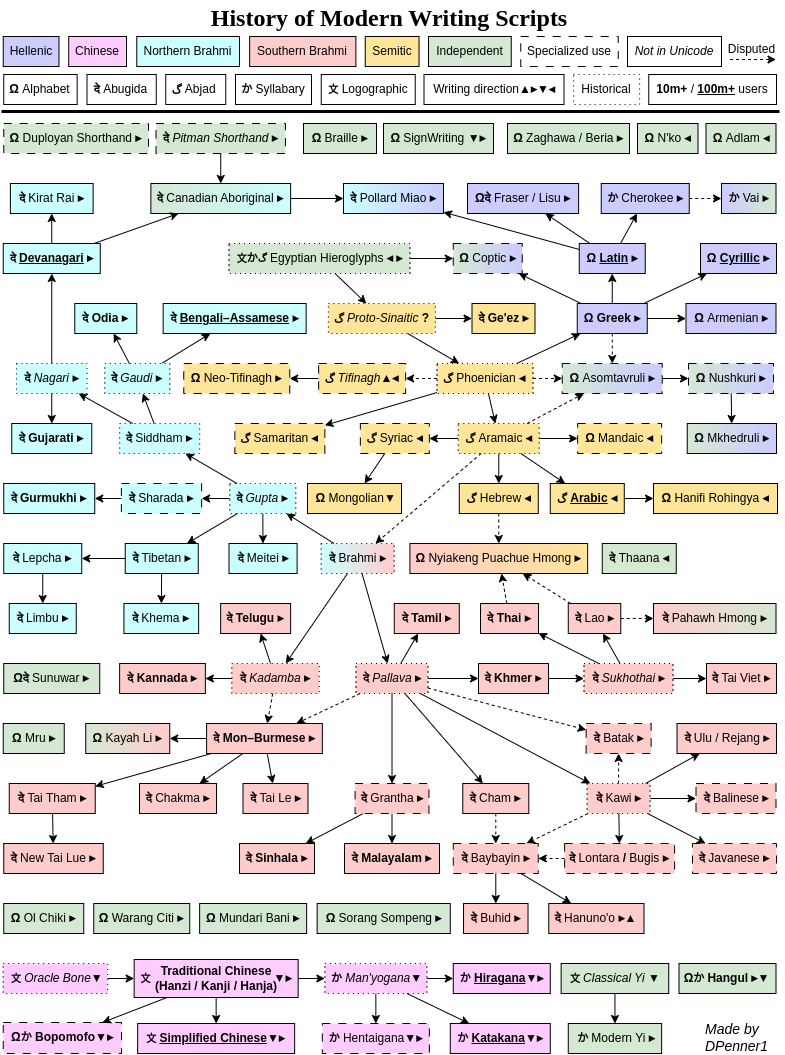
Earlier version of the draw.io export Modern Script History.png (DPenner1/WritingSystemHistory). Source tidied: cells renumbered, new cells last; positions are measured from the earlier drawing's top-left corner, leaving out a move shared by most shapes.
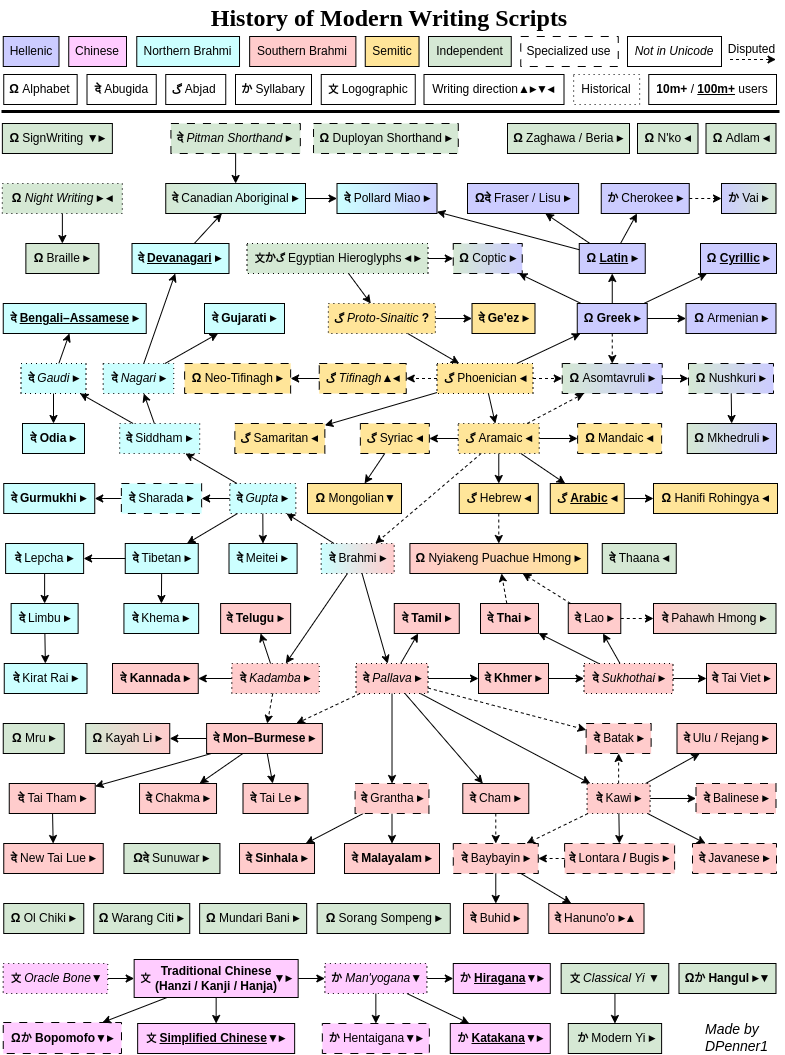
Later version of the same file.

Commit message:
Kirat Rai is Limbu derived, Night Writing added per inclusion criteria, better layout for Cyrillic in All Scripts

Change to the diagram source:
```diff
@@ -6,7 +6,7 @@
       <mxGeometry x="577.8" y="243" width="66" height="30" as="geometry" />
     </mxCell>
     <mxCell id="3" value="&lt;font style=&quot;font-weight: 700; font-size: 10px;&quot;&gt;文&lt;/font&gt;&lt;span style=&quot;font-size: 11px; font-weight: 700;&quot;&gt;か&lt;/span&gt;&lt;span style=&quot;font-weight: 700;&quot;&gt;&lt;font style=&quot;font-size: 10px;&quot;&gt;گ&lt;/font&gt;&lt;/span&gt;&lt;span style=&quot;font-weight: 700;&quot;&gt;&amp;nbsp;&lt;/span&gt;Egyptian Hieroglyphs&amp;nbsp;&lt;b&gt;◂&amp;nbsp;&lt;/b&gt;&lt;b&gt;▸&lt;/b&gt;" style="whiteSpace=wrap;html=1;dashed=1;dashPattern=1 4;fillColor=#D5E8D4;" parent="1" vertex="1">
-      <mxGeometry x="227.5" y="243" width="181" height="30" as="geometry" />
+      <mxGeometry x="245.5" y="243" width="181" height="30" as="geometry" />
     </mxCell>
     <mxCell id="4" style="endArrow=classic;html=1;" parent="1" edge="1" source="3" target="5">
       <mxGeometry relative="1" as="geometry" />
@@ -78,22 +78,22 @@
       <mxGeometry x="313" y="595" as="geometry" />
     </mxCell>
     <mxCell id="27" value="&lt;b&gt;दे&lt;/b&gt;&lt;b style=&quot;font-size: 11px;&quot;&gt;&amp;nbsp;&lt;/b&gt;&lt;u&gt;Bengali–Assamese&lt;/u&gt;&lt;span style=&quot;font-weight: 400;&quot;&gt;&amp;nbsp;&lt;/span&gt;&lt;b&gt;▸&lt;/b&gt;" style="whiteSpace=wrap;html=1;fontStyle=1;fillColor=#CCFFFF;" parent="1" vertex="1">
-      <mxGeometry x="161.7" y="303" width="143" height="30" as="geometry" />
+      <mxGeometry x="1.8" y="303" width="143" height="30" as="geometry" />
     </mxCell>
     <mxCell id="28" style="endArrow=classic;html=1;" parent="1" edge="1" source="135" target="27">
       <mxGeometry x="323" y="605" as="geometry" />
     </mxCell>
     <mxCell id="29" value="&lt;b&gt;दे&lt;/b&gt;&lt;b style=&quot;font-size: 11px;&quot;&gt;&amp;nbsp;&lt;/b&gt;&lt;i&gt;Nagari&lt;/i&gt;&amp;nbsp;&lt;b&gt;▸&lt;/b&gt;" style="whiteSpace=wrap;html=1;dashed=1;dashPattern=1 4;fillColor=#CCFFFF;" parent="1" vertex="1">
-      <mxGeometry x="15" y="363" width="70.5" height="30" as="geometry" />
+      <mxGeometry x="101.8" y="363" width="70.5" height="30" as="geometry" />
     </mxCell>
     <mxCell id="30" value="&lt;b&gt;दे&lt;/b&gt;&lt;b style=&quot;font-size: 11px;&quot;&gt;&amp;nbsp;&lt;/b&gt;Gujarati&lt;span style=&quot;font-weight: 400;&quot;&gt;&amp;nbsp;&lt;/span&gt;&lt;b&gt;▸&lt;/b&gt;" style="whiteSpace=wrap;html=1;fontStyle=1;fillColor=#CCFFFF;" parent="1" vertex="1">
-      <mxGeometry x="10.2" y="423" width="80" height="30" as="geometry" />
+      <mxGeometry x="203" y="303" width="80" height="30" as="geometry" />
     </mxCell>
     <mxCell id="31" style="endArrow=classic;html=1;" parent="1" edge="1" source="29" target="30">
       <mxGeometry x="342" y="740" as="geometry" />
     </mxCell>
     <mxCell id="32" value="&lt;b&gt;दे&lt;/b&gt;&lt;b style=&quot;font-size: 11px;&quot;&gt;&amp;nbsp;&lt;/b&gt;&lt;u&gt;Devanagari&lt;/u&gt;&lt;span style=&quot;font-weight: 400;&quot;&gt;&amp;nbsp;&lt;/span&gt;&lt;b&gt;▸&lt;/b&gt;" style="whiteSpace=wrap;html=1;fontStyle=1;fillColor=#CCFFFF;" parent="1" vertex="1">
-      <mxGeometry x="1.8" y="243" width="97" height="30" as="geometry" />
+      <mxGeometry x="130.5" y="243" width="97" height="30" as="geometry" />
     </mxCell>
     <mxCell id="33" style="endArrow=classic;html=1;" parent="1" edge="1" source="29" target="32">
       <mxGeometry x="352" y="750" as="geometry" />
@@ -135,7 +135,7 @@
       <mxGeometry x="219.1" y="603" width="70" height="30" as="geometry" />
     </mxCell>
     <mxCell id="46" value="&lt;b&gt;दे&amp;nbsp;&lt;/b&gt;Kannada&amp;nbsp;▸" style="whiteSpace=wrap;html=1;fontStyle=1;fillColor=#FFCCCC;" parent="1" vertex="1">
-      <mxGeometry x="118.1" y="663" width="85.8" height="30" as="geometry" />
+      <mxGeometry x="111" y="663" width="85.8" height="30" as="geometry" />
     </mxCell>
     <mxCell id="47" style="endArrow=classic;html=1;" parent="1" edge="1" source="44" target="45">
       <mxGeometry x="584" y="637" as="geometry" />
@@ -240,13 +240,13 @@
       <mxGeometry x="95" y="428" as="geometry" />
     </mxCell>
     <mxCell id="81" value="&lt;b&gt;दे&amp;nbsp;&lt;/b&gt;Canadian Aboriginal&amp;nbsp;&lt;span style=&quot;font-weight: 700;&quot;&gt;▸&lt;/span&gt;" style="whiteSpace=wrap;html=1;fillColor=#CCFFFF;gradientColor=#D5E8D4;gradientDirection=west;" parent="1" vertex="1">
-      <mxGeometry x="149.4" y="183" width="139.8" height="30" as="geometry" />
+      <mxGeometry x="164.2" y="183" width="139.8" height="30" as="geometry" />
     </mxCell>
     <mxCell id="82" style="endArrow=classic;html=1;" parent="1" edge="1" source="32" target="81">
       <mxGeometry x="364" y="850" as="geometry" />
     </mxCell>
     <mxCell id="83" value="&lt;b style=&quot;font-style: normal;&quot;&gt;दे&lt;/b&gt;&lt;b style=&quot;font-style: normal;&quot;&gt;&amp;nbsp;&lt;/b&gt;Pitman Shorthand&amp;nbsp;&lt;span style=&quot;font-style: normal; font-weight: 700;&quot;&gt;▸&lt;/span&gt;" style="whiteSpace=wrap;html=1;dashed=1;fillColor=#D5E8D4;fontStyle=2;dashPattern=8 8;" parent="1" vertex="1">
-      <mxGeometry x="154.6" y="123" width="129.4" height="30" as="geometry" />
+      <mxGeometry x="169.4" y="123" width="129.4" height="30" as="geometry" />
     </mxCell>
     <mxCell id="84" style="endArrow=classic;html=1;" parent="1" edge="1" source="83" target="81">
       <mxGeometry x="898" y="865" as="geometry" />
@@ -279,7 +279,7 @@
       <mxGeometry x="1084" y="945" as="geometry" />
     </mxCell>
     <mxCell id="94" value="&lt;font style=&quot;font-weight: 700; font-size: 11px;&quot;&gt;گ&lt;/font&gt;&lt;span style=&quot;font-weight: 700;&quot;&gt;&amp;nbsp;&lt;/span&gt;&lt;i&gt;Tifinagh&lt;/i&gt;▲&lt;b&gt;◂&lt;/b&gt;" style="whiteSpace=wrap;html=1;dashed=1;fillColor=#FFE599;dashPattern=8 8;" parent="1" vertex="1">
-      <mxGeometry x="317.1" y="363" width="87" height="30" as="geometry" />
+      <mxGeometry x="317.8" y="363" width="87" height="30" as="geometry" />
     </mxCell>
     <mxCell id="95" value="&lt;b&gt;दे&amp;nbsp;&lt;/b&gt;Thaana&amp;nbsp;&lt;b&gt;◂&lt;/b&gt;" style="whiteSpace=wrap;html=1;fillColor=#D5E8D4;gradientColor=none;gradientDirection=east;" parent="1" vertex="1">
       <mxGeometry x="600.8" y="543" width="74" height="30" as="geometry" />
@@ -321,13 +321,13 @@
       <mxGeometry x="7.8" y="783" width="86" height="30" as="geometry" />
     </mxCell>
     <mxCell id="108" value="&lt;b&gt;दे&lt;/b&gt;&lt;b style=&quot;font-size: 11px;&quot;&gt;&amp;nbsp;&lt;/b&gt;Lepcha&amp;nbsp;&lt;b&gt;▸&lt;/b&gt;" style="whiteSpace=wrap;html=1;fillColor=#CCFFFF;" parent="1" vertex="1">
-      <mxGeometry x="2.2" y="543" width="78" height="30" as="geometry" />
+      <mxGeometry x="4.1" y="543" width="78" height="30" as="geometry" />
     </mxCell>
     <mxCell id="109" style="endArrow=classic;html=1;" parent="1" edge="1" source="25" target="108">
       <mxGeometry x="333" y="615" as="geometry" />
     </mxCell>
     <mxCell id="110" value="&lt;b&gt;दे&lt;/b&gt;&lt;b style=&quot;font-size: 11px;&quot;&gt;&amp;nbsp;&lt;/b&gt;Limbu&amp;nbsp;&lt;b&gt;▸&lt;/b&gt;" style="whiteSpace=wrap;html=1;fillColor=#CCFFFF;" parent="1" vertex="1">
-      <mxGeometry x="7.8" y="603" width="67" height="30" as="geometry" />
+      <mxGeometry x="9.6" y="603" width="67" height="30" as="geometry" />
     </mxCell>
     <mxCell id="111" style="endArrow=classic;html=1;" parent="1" edge="1" source="108" target="110">
       <mxGeometry x="343" y="625" as="geometry" />
@@ -345,7 +345,7 @@
       <mxGeometry x="636" y="123" width="60.5" height="30" as="geometry" />
     </mxCell>
     <mxCell id="116" value="&lt;b&gt;दे&amp;nbsp;&lt;/b&gt;Pollard Miao&lt;span style=&quot;font-weight: 700;&quot;&gt;&amp;nbsp;▸&lt;/span&gt;" style="whiteSpace=wrap;html=1;fillColor=#CCCCFF;gradientColor=#CCFFFF;gradientDirection=west;" parent="1" vertex="1">
-      <mxGeometry x="342" y="183" width="100" height="30" as="geometry" />
+      <mxGeometry x="335.5" y="183" width="100" height="30" as="geometry" />
     </mxCell>
     <mxCell id="117" style="endArrow=classic;html=1;" parent="1" edge="1" source="2" target="116">
       <mxGeometry x="195" y="415" as="geometry" />
@@ -405,10 +405,10 @@
       <mxGeometry x="850" y="835" as="geometry" />
     </mxCell>
     <mxCell id="135" value="&lt;b&gt;दे&lt;/b&gt;&lt;b style=&quot;font-size: 11px;&quot;&gt;&amp;nbsp;&lt;/b&gt;&lt;i&gt;Gaudi&lt;/i&gt;&amp;nbsp;&lt;b&gt;▸&lt;/b&gt;" style="whiteSpace=wrap;html=1;dashed=1;dashPattern=1 4;fillColor=#CCFFFF;" parent="1" vertex="1">
-      <mxGeometry x="103.3" y="363" width="65" height="30" as="geometry" />
+      <mxGeometry x="19.5" y="363" width="65" height="30" as="geometry" />
     </mxCell>
     <mxCell id="136" value="&lt;b&gt;दे&amp;nbsp;&lt;/b&gt;Odia&amp;nbsp;&lt;b&gt;▸&lt;/b&gt;" style="whiteSpace=wrap;html=1;fontStyle=1;fillColor=#CCFFFF;" parent="1" vertex="1">
-      <mxGeometry x="73.3" y="303" width="62" height="30" as="geometry" />
+      <mxGeometry x="21" y="423" width="62" height="30" as="geometry" />
     </mxCell>
     <mxCell id="137" style="endArrow=classic;html=1;" parent="1" edge="1" source="23" target="135">
       <mxGeometry x="323" y="605" as="geometry" />
@@ -450,7 +450,7 @@
       <mxGeometry x="303" y="585" as="geometry" />
     </mxCell>
     <mxCell id="150" value="&lt;b&gt;Ω&lt;/b&gt;&lt;span style=&quot;font-weight: 700;&quot;&gt;&amp;nbsp;&lt;/span&gt;Neo-Tifinagh&lt;span style=&quot;font-weight: 700;&quot;&gt;&amp;nbsp;▸&lt;/span&gt;" style="whiteSpace=wrap;html=1;dashed=1;fillColor=#FFE599;dashPattern=8 8;" parent="1" vertex="1">
-      <mxGeometry x="182.2" y="363" width="106" height="30" as="geometry" />
+      <mxGeometry x="183.1" y="363" width="106" height="30" as="geometry" />
     </mxCell>
     <mxCell id="151" style="endArrow=classic;html=1;" parent="1" edge="1" source="94" target="150">
       <mxGeometry x="155" y="375" as="geometry" />
@@ -462,7 +462,7 @@
       <mxGeometry x="303" y="585" as="geometry" />
     </mxCell>
     <mxCell id="154" value="&lt;b&gt;Ω&lt;/b&gt;&lt;span style=&quot;font-size: 11px;&quot;&gt;&amp;nbsp;&lt;/span&gt;&lt;span style=&quot;font-weight: normal;&quot;&gt;Braille&lt;/span&gt; ▸" style="whiteSpace=wrap;html=1;fontStyle=1;fillColor=#D5E8D4;" parent="1" vertex="1">
-      <mxGeometry x="302" y="123" width="73" height="30" as="geometry" />
+      <mxGeometry x="24.4" y="243" width="73" height="30" as="geometry" />
     </mxCell>
     <mxCell id="155" style="endArrow=classic;html=1;" parent="1" edge="1" source="147" target="105">
       <mxGeometry x="671" y="750" as="geometry" />
@@ -537,7 +537,7 @@
       <mxGeometry x="620" y="850" as="geometry" />
     </mxCell>
     <mxCell id="179" value="&lt;b&gt;Ω&lt;/b&gt;&lt;span style=&quot;font-size: 11px;&quot;&gt;&amp;nbsp;&lt;/span&gt;&lt;span style=&quot;font-weight: normal;&quot;&gt;SignWriting&lt;/span&gt;&amp;nbsp;▼▸" style="whiteSpace=wrap;html=1;fontStyle=1;fillColor=#D5E8D4;" parent="1" vertex="1">
-      <mxGeometry x="382" y="123" width="110" height="30" as="geometry" />
+      <mxGeometry x="0.9" y="123" width="110" height="30" as="geometry" />
     </mxCell>
     <mxCell id="180" style="endArrow=classic;html=1;" parent="1" edge="1" source="201" target="89">
       <mxGeometry x="671" y="750" as="geometry" />
@@ -600,7 +600,7 @@
       <mxGeometry x="175" y="395" as="geometry" />
     </mxCell>
     <mxCell id="199" value="&lt;b style=&quot;font-style: normal;&quot;&gt;Ω&lt;/b&gt;&lt;b style=&quot;font-style: normal;&quot;&gt;&amp;nbsp;&lt;/b&gt;&lt;span style=&quot;font-style: normal;&quot;&gt;Duployan Shorthand&lt;/span&gt;&amp;nbsp;&lt;span style=&quot;font-style: normal; font-weight: 700;&quot;&gt;▸&lt;/span&gt;" style="whiteSpace=wrap;html=1;dashed=1;fillColor=#D5E8D4;fontStyle=2;dashPattern=8 8;" parent="1" vertex="1">
-      <mxGeometry x="2.2" y="123" width="144.8" height="30" as="geometry" />
+      <mxGeometry x="312" y="123" width="144.8" height="30" as="geometry" />
     </mxCell>
     <mxCell id="200" style="endArrow=classic;html=1;dashed=1;" parent="1" edge="1" source="10" target="55">
       <mxGeometry x="303" y="585" as="geometry" />
@@ -612,13 +612,13 @@
       <mxGeometry x="661" y="740" as="geometry" />
     </mxCell>
     <mxCell id="203" value="&lt;b&gt;दे&lt;/b&gt;&lt;b style=&quot;font-size: 11px;&quot;&gt;&amp;nbsp;&lt;/b&gt;&lt;span style=&quot;font-weight: 400;&quot;&gt;Kirat Rai&amp;nbsp;&lt;/span&gt;&lt;b&gt;▸&lt;/b&gt;" style="whiteSpace=wrap;html=1;fontStyle=1;fillColor=#CCFFFF;" parent="1" vertex="1">
-      <mxGeometry x="8.9" y="183" width="82.8" height="30" as="geometry" />
+      <mxGeometry x="2.7" y="663" width="82.8" height="30" as="geometry" />
     </mxCell>
-    <mxCell id="204" style="endArrow=classic;html=1;" parent="1" edge="1" source="32" target="203">
+    <mxCell id="204" style="endArrow=classic;html=1;" parent="1" edge="1" source="110" target="203">
       <mxGeometry x="364" y="850" as="geometry" />
     </mxCell>
     <mxCell id="205" value="&lt;b&gt;Ω&lt;/b&gt;&lt;b&gt;दे&lt;/b&gt;&amp;nbsp;Sunuwar&amp;nbsp;&lt;b&gt;▸&lt;/b&gt;" style="whiteSpace=wrap;html=1;fillColor=#D5E8D4;" parent="1" vertex="1">
-      <mxGeometry x="2.2" y="663" width="96" height="30" as="geometry" />
+      <mxGeometry x="122.4" y="843" width="96" height="30" as="geometry" />
     </mxCell>
     <mxCell id="206" value="&lt;b&gt;दे&lt;/b&gt;&lt;b style=&quot;font-size: 11px;&quot;&gt;&amp;nbsp;&lt;/b&gt;&lt;span style=&quot;font-weight: normal;&quot;&gt;Khema&lt;/span&gt;&lt;span style=&quot;font-weight: 400;&quot;&gt;&amp;nbsp;&lt;/span&gt;&lt;b&gt;▸&lt;/b&gt;" style="whiteSpace=wrap;html=1;fontStyle=1;fillColor=#CCFFFF;" parent="1" vertex="1">
       <mxGeometry x="122.4" y="603" width="74.7" height="30" as="geometry" />
@@ -656,5 +656,11 @@
     <mxCell id="217" style="endArrow=classic;html=1;" parent="1" edge="1" source="21" target="165">
       <mxGeometry x="333" y="615" as="geometry" />
     </mxCell>
+    <mxCell id="218" value="&lt;b&gt;Ω&lt;/b&gt;&lt;b&gt;&amp;nbsp;&lt;/b&gt;&lt;i&gt;Night&lt;/i&gt; &lt;i&gt;Writing&lt;/i&gt;&amp;nbsp;&lt;b&gt;▸&amp;nbsp;&lt;/b&gt;&lt;b&gt;◂&lt;/b&gt;" style="whiteSpace=wrap;html=1;dashed=1;dashPattern=1 4;fillColor=#D5E8D4;" parent="1" vertex="1">
+      <mxGeometry x="0.9" y="183" width="120" height="30" as="geometry" />
+    </mxCell>
+    <mxCell id="219" style="endArrow=classic;html=1;" parent="1" edge="1" source="218" target="154">
+      <mxGeometry x="352" y="750" as="geometry" />
+    </mxCell>
   </root>
 </mxGraphModel>
```
